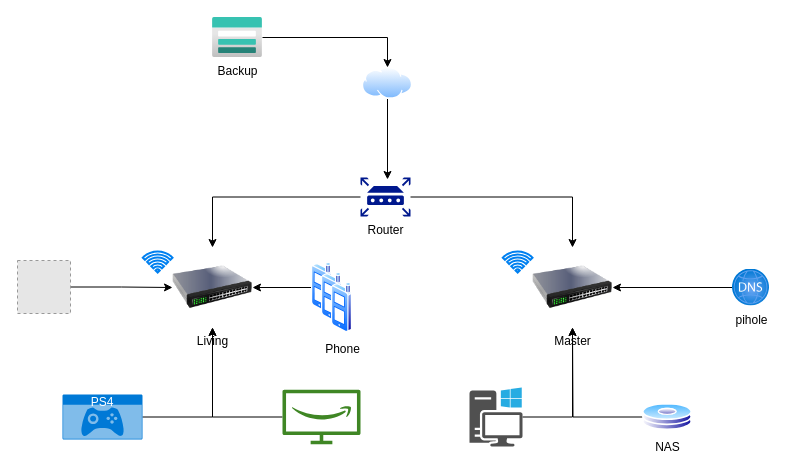
This is Home Network.drawio from ncinco/DslApi, a draw.io file, before an edit. Source tidied: cells renumbered, new cells numbered last; positions are measured from the earlier drawing's top-left corner, leaving out a move shared by most shapes. Both pictures are drawn from the tidied source at 100%, with x=0, y=0 at pixel (17, 17). Pictures stored in the file or linked from it are replaced by grey dashed boxes.
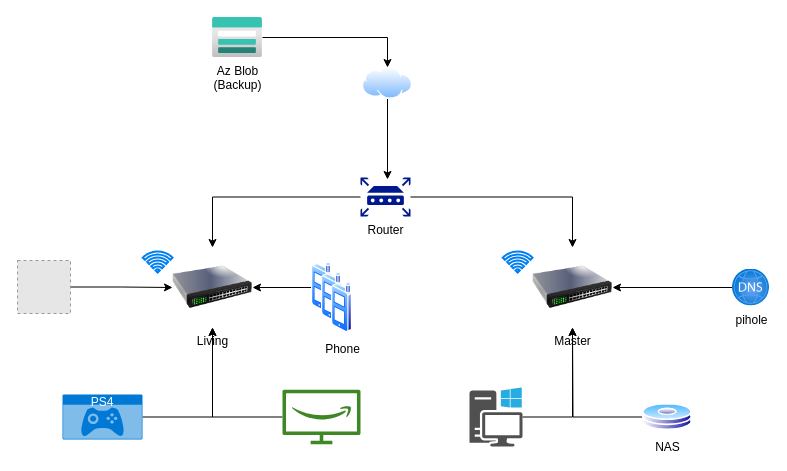
The same page after the edit.

The edit, as a diff of the source:
```diff
@@
-    <mxCell id="28" value="Backup" style="image;html=1;points=[];align=center;fontSize=12;image=img/lib/azure2/storage/Storage_Accounts.svg;" parent="1" vertex="1">
+    <mxCell id="28" value="Az Blob&lt;br&gt;(Backup)" style="image;html=1;points=[];align=center;fontSize=12;image=img/lib/azure2/storage/Storage_Accounts.svg;" parent="1" vertex="1">
       <mxGeometry x="195" width="50" height="40" as="geometry" />
     </mxCell>
```
